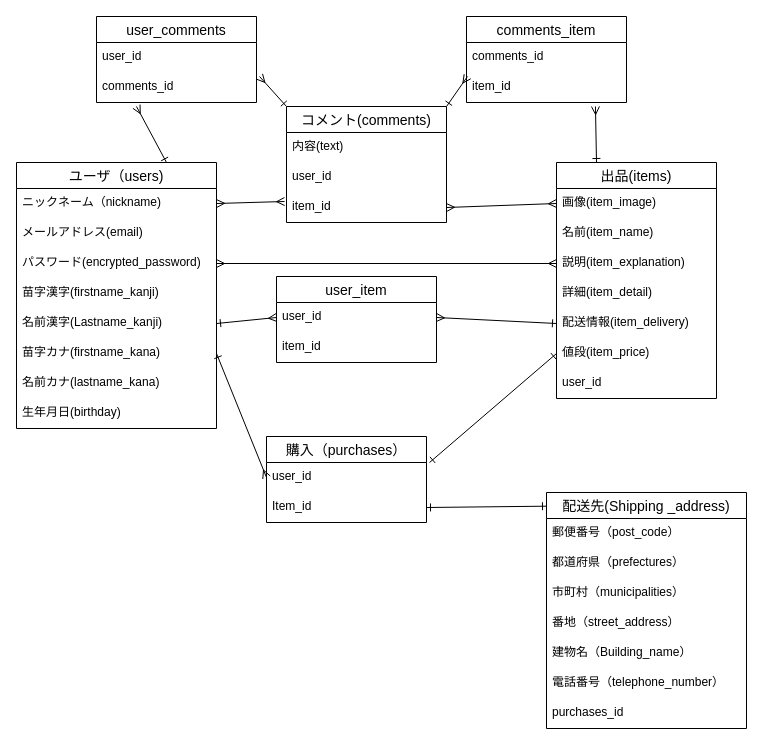
This is ER.dio from masaki-yosida/furima-40042, a draw.io file, before an edit. Source tidied: cells renumbered, new cells numbered last; positions are measured from the earlier drawing's top-left corner, leaving out a move shared by most shapes. Both pictures are drawn from the tidied source at 100%, with x=0, y=0 at pixel (16, 16).
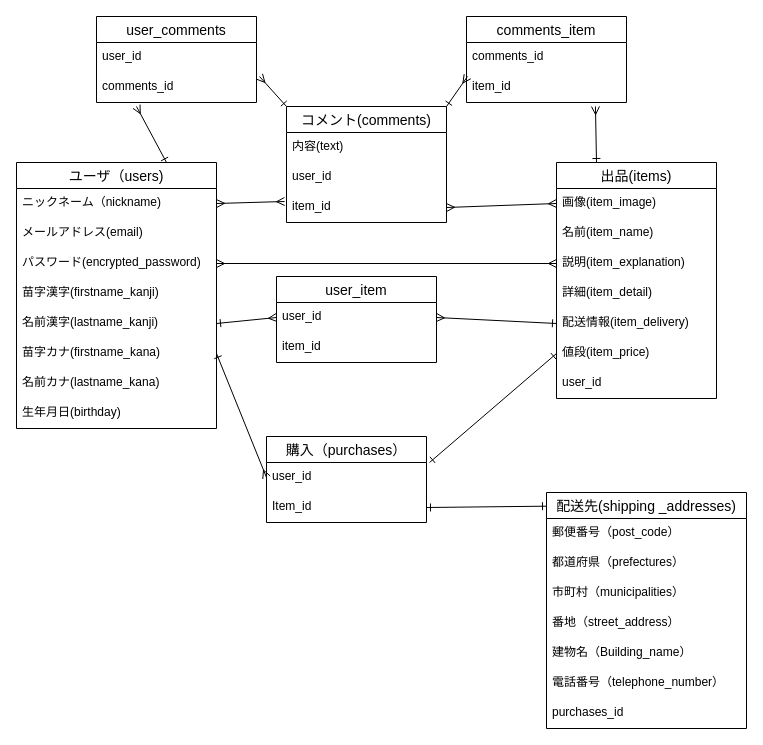
The same diagram, later.

Commit message (it also covers changes not shown here):
小文字に修正、スペースを削除、複数形に変更

Unchanged cells that the change refers to:
```xml
<mxCell id="3" value="ユーザ（users)" style="swimlane;fontStyle=0;horizontal=1;startSize=26;align=center;fontSize=14;" parent="1" vertex="1">
  <mxGeometry y="146" width="200" height="266" as="geometry" />
</mxCell>
```

Change to the diagram source:
```diff
@@
-    <mxCell id="8" value="名前漢字(Lastname_kanji)" style="text;strokeColor=none;fillColor=none;spacingLeft=4;spacingRight=4;overflow=hidden;points=[[0,0.5],[1,0.5]];portConstraint=eastwest;fontSize=12;" parent="3" vertex="1">
+    <mxCell id="8" value="名前漢字(lastname_kanji)" style="text;strokeColor=none;fillColor=none;spacingLeft=4;spacingRight=4;overflow=hidden;points=[[0,0.5],[1,0.5]];portConstraint=eastwest;fontSize=12;" parent="3" vertex="1">
       <mxGeometry y="146" width="200" height="30" as="geometry" />
     </mxCell>
@@
-    <mxCell id="30" value="配送先(Shipping _address)" style="swimlane;fontStyle=0;horizontal=1;startSize=26;align=center;fontSize=14;" parent="1" vertex="1">
+    <mxCell id="30" value="配送先(shipping _addresses)" style="swimlane;fontStyle=0;horizontal=1;startSize=26;align=center;fontSize=14;" parent="1" vertex="1">
       <mxGeometry x="530" y="476" width="200" height="236" as="geometry" />
     </mxCell>
```
